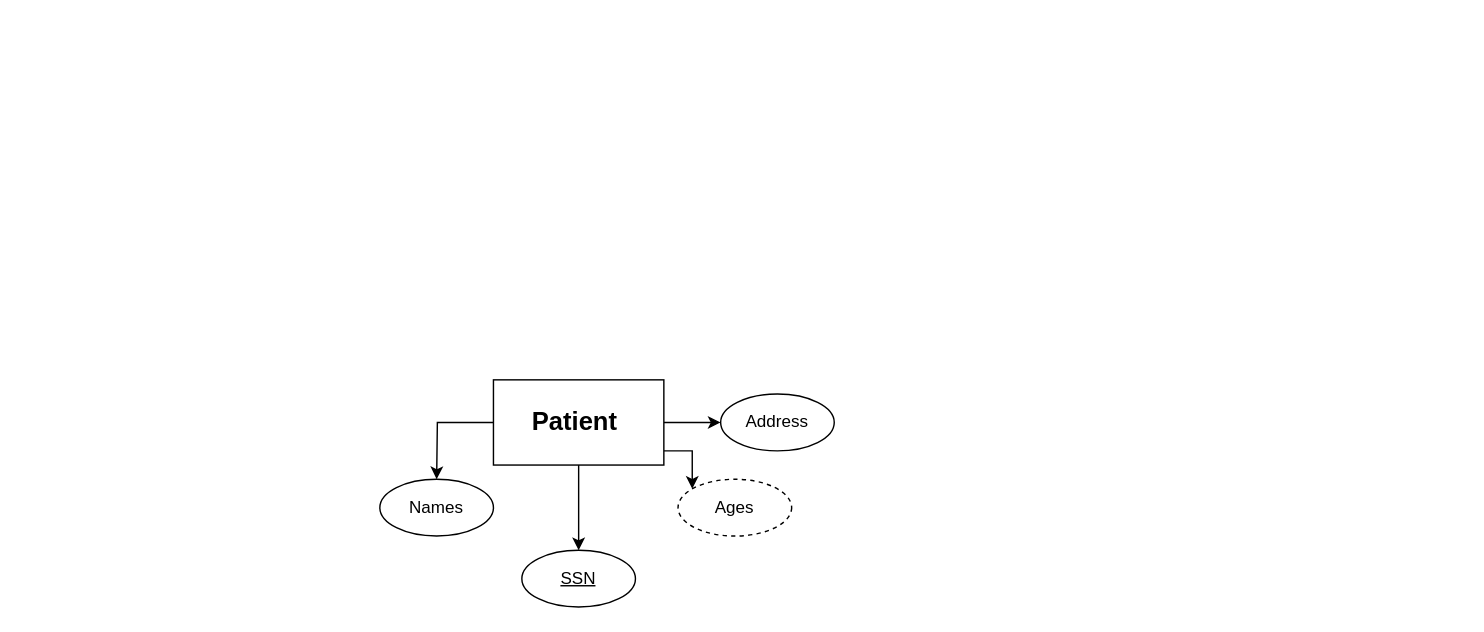
Dilka98/ER-Diagram keeps this draw.io diagram as The Prescriptions-R-X chain of pharmacies.drawio. Above is the earlier version. Source tidied: cells renumbered, new cells numbered last; positions are measured from the earlier drawing's top-left corner, leaving out a move shared by most shapes. Both pictures are drawn from the tidied source at 142%, with x=0, y=0 at pixel (379, 379).
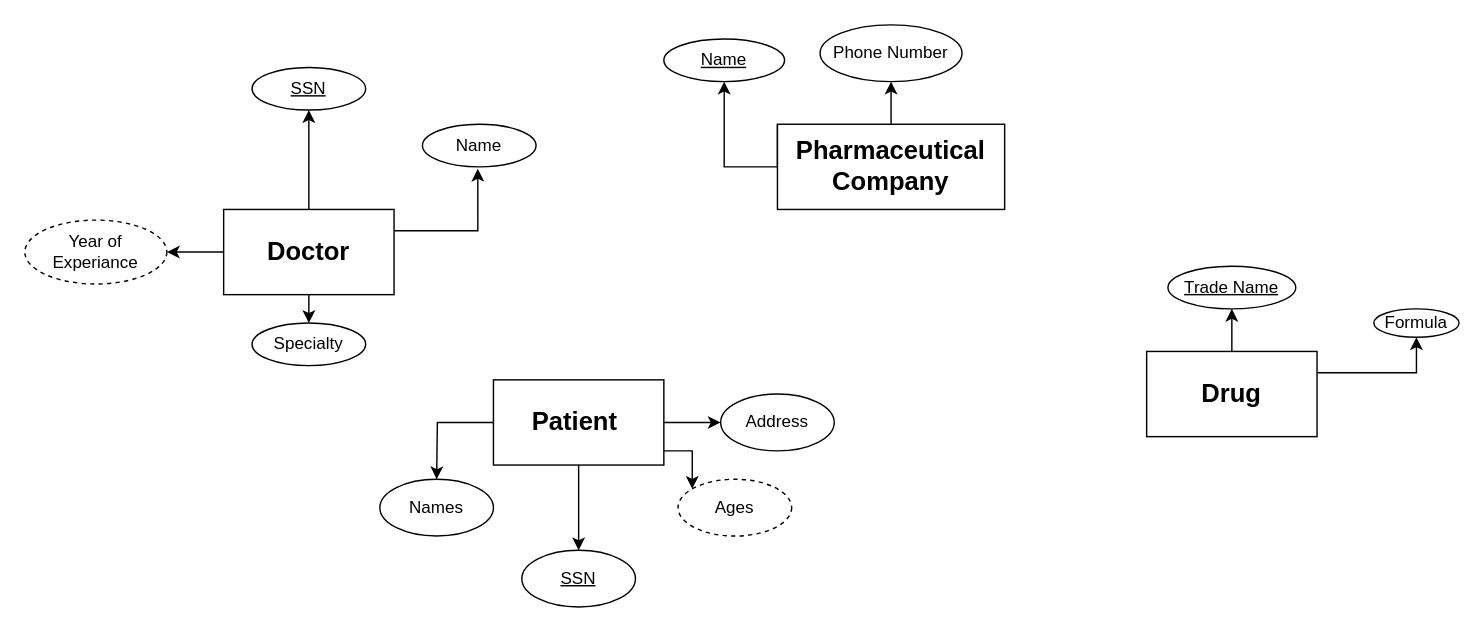
Above is the later version.

What changed in the source:
```diff
@@
+    <mxCell id="11" style="edgeStyle=orthogonalEdgeStyle;rounded=0;jettySize=auto;html=1;" parent="1" edge="1" source="14" target="15">
+      <mxGeometry relative="1" as="geometry" />
+    </mxCell>
+    <mxCell id="12" style="edgeStyle=orthogonalEdgeStyle;rounded=0;jettySize=auto;html=1;exitX=0.5;exitY=1;exitDx=0;exitDy=0;entryX=0.5;entryY=0;entryDx=0;entryDy=0;" parent="1" edge="1" source="14" target="18">
+      <mxGeometry relative="1" as="geometry" />
+    </mxCell>
+    <mxCell id="13" style="edgeStyle=orthogonalEdgeStyle;rounded=0;jettySize=auto;html=1;" parent="1" edge="1" source="14" target="19">
+      <mxGeometry relative="1" as="geometry" />
+    </mxCell>
+    <mxCell id="14" value="&lt;h2&gt;Doctor&lt;/h2&gt;" style="rounded=0;whiteSpace=wrap;html=1;" parent="1" vertex="1">
+      <mxGeometry x="-110" y="-120" width="120" height="60" as="geometry" />
+    </mxCell>
+    <mxCell id="15" value="&lt;u&gt;SSN&lt;/u&gt;" style="ellipse;whiteSpace=wrap;html=1;rounded=0;" parent="1" vertex="1">
+      <mxGeometry x="-90" y="-220" width="80" height="30" as="geometry" />
+    </mxCell>
+    <mxCell id="16" value="Name" style="ellipse;whiteSpace=wrap;html=1;rounded=0;fontStyle=0;" parent="1" vertex="1">
+      <mxGeometry x="30" y="-180" width="80" height="30" as="geometry" />
+    </mxCell>
+    <mxCell id="17" style="edgeStyle=orthogonalEdgeStyle;rounded=0;jettySize=auto;html=1;exitX=1;exitY=0.25;exitDx=0;exitDy=0;entryX=0.487;entryY=1.045;entryDx=0;entryDy=0;entryPerimeter=0;" parent="1" edge="1" source="14" target="16">
+      <mxGeometry relative="1" as="geometry" />
+    </mxCell>
+    <mxCell id="18" value="Specialty" style="ellipse;whiteSpace=wrap;html=1;rounded=0;fontStyle=0;" parent="1" vertex="1">
+      <mxGeometry x="-90" y="-40" width="80" height="30" as="geometry" />
+    </mxCell>
+    <mxCell id="19" value="Year of Experiance" style="ellipse;whiteSpace=wrap;html=1;rounded=0;fontStyle=0;dashed=1;" parent="1" vertex="1">
+      <mxGeometry x="-250" y="-112.5" width="100" height="45" as="geometry" />
+    </mxCell>
+    <mxCell id="20" style="edgeStyle=orthogonalEdgeStyle;rounded=0;jettySize=auto;html=1;exitX=0;exitY=0;exitDx=0;exitDy=0;entryX=0.5;entryY=1;entryDx=0;entryDy=0;" parent="1" edge="1" source="22" target="23">
+      <mxGeometry relative="1" as="geometry">
+        <Array as="points">
+          <mxPoint x="280" y="-150" />
+          <mxPoint x="242" y="-150" />
+        </Array>
+      </mxGeometry>
+    </mxCell>
+    <mxCell id="21" style="edgeStyle=orthogonalEdgeStyle;rounded=0;jettySize=auto;html=1;exitX=0.5;exitY=0;exitDx=0;exitDy=0;entryX=0.5;entryY=1;entryDx=0;entryDy=0;" parent="1" edge="1" source="22" target="24">
+      <mxGeometry relative="1" as="geometry" />
+    </mxCell>
+    <mxCell id="22" value="&lt;h2&gt;Pharmaceutical Company&lt;/h2&gt;" style="rounded=0;whiteSpace=wrap;html=1;" parent="1" vertex="1">
+      <mxGeometry x="280" y="-180" width="160" height="60" as="geometry" />
+    </mxCell>
+    <mxCell id="23" value="&lt;u&gt;Name&lt;/u&gt;" style="ellipse;whiteSpace=wrap;html=1;" parent="1" vertex="1">
+      <mxGeometry x="200" y="-240" width="85" height="30" as="geometry" />
+    </mxCell>
+    <mxCell id="24" value="Phone Number" style="ellipse;whiteSpace=wrap;html=1;" parent="1" vertex="1">
+      <mxGeometry x="310" y="-250" width="100" height="40" as="geometry" />
+    </mxCell>
+    <mxCell id="25" style="edgeStyle=orthogonalEdgeStyle;rounded=0;jettySize=auto;html=1;" parent="1" edge="1" source="27" target="28">
+      <mxGeometry relative="1" as="geometry" />
+    </mxCell>
+    <mxCell id="26" style="edgeStyle=orthogonalEdgeStyle;rounded=0;jettySize=auto;html=1;exitX=1;exitY=0.25;exitDx=0;exitDy=0;entryX=0.5;entryY=1;entryDx=0;entryDy=0;" parent="1" edge="1" source="27" target="29">
+      <mxGeometry relative="1" as="geometry" />
+    </mxCell>
+    <mxCell id="27" value="&lt;h2&gt;Drug&lt;/h2&gt;" style="rounded=0;whiteSpace=wrap;html=1;" parent="1" vertex="1">
+      <mxGeometry x="540" y="-20" width="120" height="60" as="geometry" />
+    </mxCell>
+    <mxCell id="28" value="&lt;u&gt;Trade Name&lt;/u&gt;" style="ellipse;whiteSpace=wrap;html=1;" parent="1" vertex="1">
+      <mxGeometry x="555" y="-80" width="90" height="30" as="geometry" />
+    </mxCell>
+    <mxCell id="29" value="Formula" style="ellipse;whiteSpace=wrap;html=1;" parent="1" vertex="1">
+      <mxGeometry x="700" y="-50" width="60" height="20" as="geometry" />
+    </mxCell>
```
